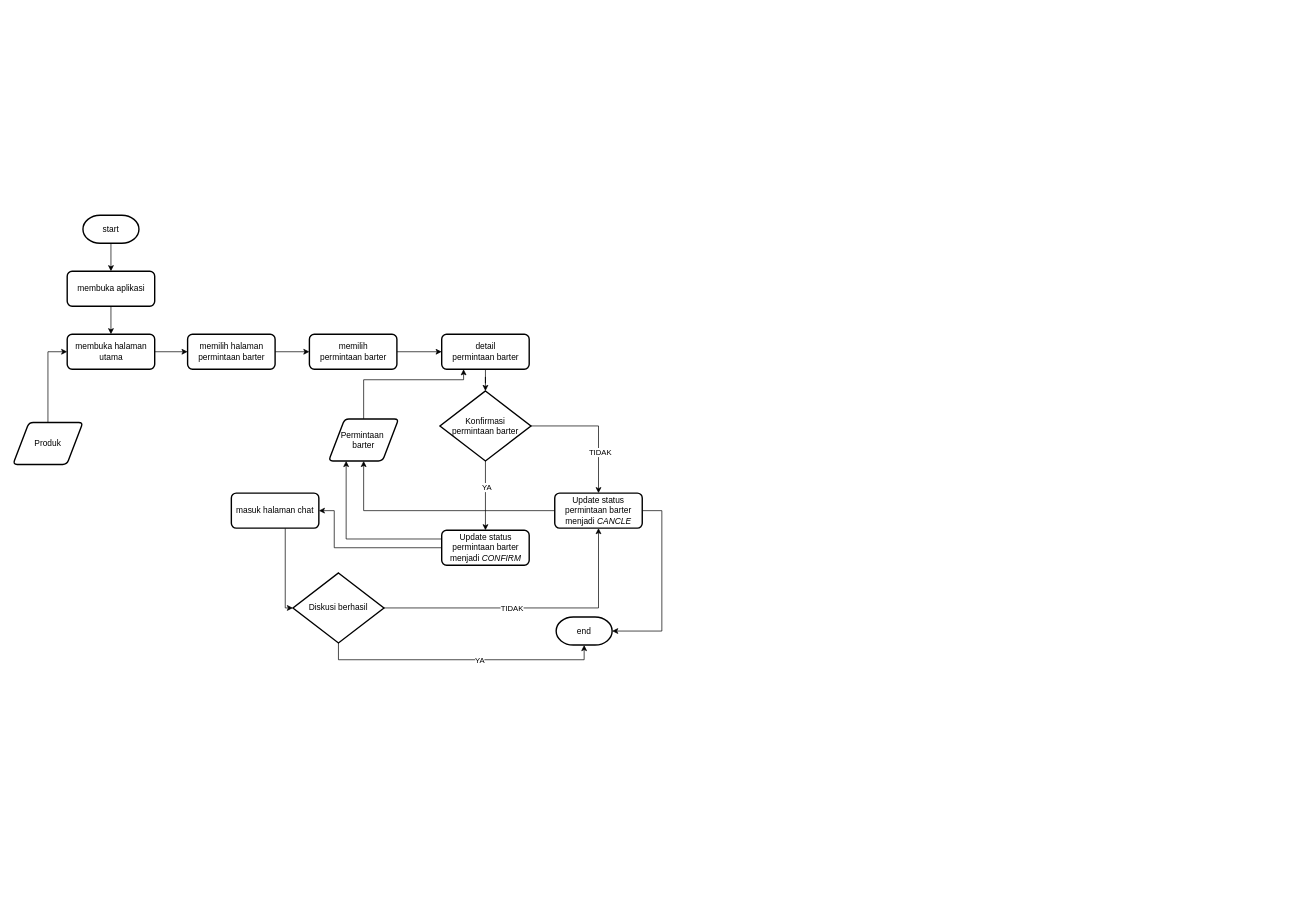
This is page "konfirmasi barter" (12 of 12) of Untitled Diagram.drawio from rukadabra/test, a draw.io file, before an edit. Source tidied: cells renumbered, new cells numbered last; positions are measured from the earlier drawing's top-left corner, leaving out a move shared by most shapes. Both pictures are drawn from the tidied source at 70%, with x=0, y=0 at pixel (13, 215).
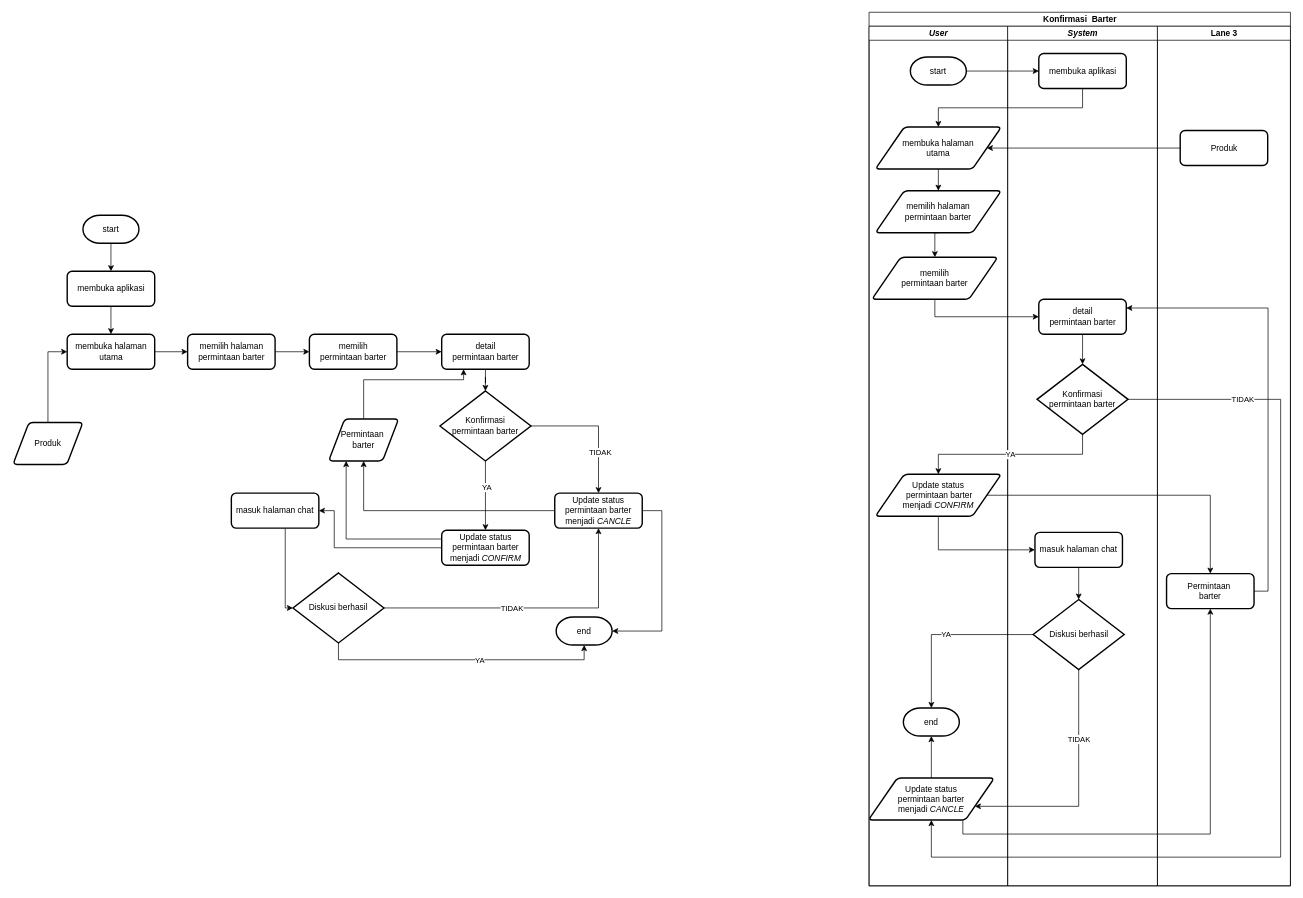
Above is the later version.

Change to the diagram source:
```diff
@@
+    <mxCell id="37" value="Konfirmasi&amp;nbsp; Barter" style="swimlane;startSize=20;html=1;" parent="1" vertex="1">
+      <mxGeometry x="1223" y="-290" width="602" height="1248" as="geometry" />
+    </mxCell>
+    <mxCell id="38" value="&lt;i&gt;User&lt;/i&gt;" style="swimlane;startSize=20;html=1;" parent="37" vertex="1">
+      <mxGeometry y="20" width="198" height="1228" as="geometry" />
+    </mxCell>
+    <mxCell id="39" value="start" style="strokeWidth=2;html=1;shape=mxgraph.flowchart.terminator;whiteSpace=wrap;" parent="38" vertex="1">
+      <mxGeometry x="59" y="44" width="80" height="40" as="geometry" />
+    </mxCell>
+    <mxCell id="40" style="edgeStyle=orthogonalEdgeStyle;rounded=0;jettySize=auto;html=1;exitX=0.5;exitY=1;exitDx=0;exitDy=0;entryX=0.5;entryY=0;entryDx=0;entryDy=0;" parent="38" edge="1" source="41" target="43">
+      <mxGeometry relative="1" as="geometry" />
+    </mxCell>
+    <mxCell id="41" value="membuka halaman &lt;br&gt;utama" style="shape=parallelogram;html=1;strokeWidth=2;perimeter=parallelogramPerimeter;whiteSpace=wrap;rounded=1;arcSize=12;size=0.23;" parent="38" vertex="1">
+      <mxGeometry x="9" y="144" width="180" height="60" as="geometry" />
+    </mxCell>
+    <mxCell id="42" style="edgeStyle=orthogonalEdgeStyle;rounded=0;jettySize=auto;html=1;exitX=0.5;exitY=1;exitDx=0;exitDy=0;entryX=0.5;entryY=0;entryDx=0;entryDy=0;" parent="38" edge="1" source="43" target="44">
+      <mxGeometry relative="1" as="geometry" />
+    </mxCell>
+    <mxCell id="43" value="memilih halaman &lt;br&gt;permintaan barter" style="shape=parallelogram;html=1;strokeWidth=2;perimeter=parallelogramPerimeter;whiteSpace=wrap;rounded=1;arcSize=12;size=0.23;" parent="38" vertex="1">
+      <mxGeometry x="9" y="235" width="180" height="60" as="geometry" />
+    </mxCell>
+    <mxCell id="44" value="memilih&lt;br&gt;permintaan barter" style="shape=parallelogram;html=1;strokeWidth=2;perimeter=parallelogramPerimeter;whiteSpace=wrap;rounded=1;arcSize=12;size=0.23;" parent="38" vertex="1">
+      <mxGeometry x="4" y="330" width="180" height="60" as="geometry" />
+    </mxCell>
+    <mxCell id="45" style="edgeStyle=orthogonalEdgeStyle;rounded=0;orthogonalLoop=1;jettySize=auto;html=1;exitX=0.5;exitY=1;exitDx=0;exitDy=0;" parent="38" edge="1" source="44" target="44">
+      <mxGeometry relative="1" as="geometry" />
+    </mxCell>
+    <mxCell id="46" value="Update status&lt;br&gt;&amp;nbsp;permintaan barter menjadi&amp;nbsp;&lt;i&gt;CONFIRM&lt;/i&gt;" style="shape=parallelogram;html=1;strokeWidth=2;perimeter=parallelogramPerimeter;whiteSpace=wrap;rounded=1;arcSize=12;size=0.23;" parent="38" vertex="1">
+      <mxGeometry x="9" y="640" width="180" height="60" as="geometry" />
+    </mxCell>
+    <mxCell id="47" value="end" style="strokeWidth=2;html=1;shape=mxgraph.flowchart.terminator;whiteSpace=wrap;" parent="38" vertex="1">
+      <mxGeometry x="49" y="974" width="80" height="40" as="geometry" />
+    </mxCell>
+    <mxCell id="48" style="edgeStyle=orthogonalEdgeStyle;rounded=0;jettySize=auto;html=1;exitX=0.5;exitY=0;exitDx=0;exitDy=0;entryX=0.5;entryY=1;entryDx=0;entryDy=0;entryPerimeter=0;" parent="38" edge="1" source="49" target="47">
+      <mxGeometry relative="1" as="geometry" />
+    </mxCell>
+    <mxCell id="49" value="Update status &lt;br&gt;permintaan barter menjadi&amp;nbsp;&lt;i&gt;CANCLE&lt;/i&gt;" style="shape=parallelogram;html=1;strokeWidth=2;perimeter=parallelogramPerimeter;whiteSpace=wrap;rounded=1;arcSize=12;size=0.23;" parent="38" vertex="1">
+      <mxGeometry x="-1" y="1074" width="180" height="60" as="geometry" />
+    </mxCell>
+    <mxCell id="50" value="&lt;b&gt;&lt;i&gt;System&lt;/i&gt;&lt;/b&gt;" style="swimlane;startSize=20;html=1;" parent="37" vertex="1">
+      <mxGeometry x="198" y="20" width="214" height="1228" as="geometry" />
+    </mxCell>
+    <mxCell id="51" value="membuka aplikasi" style="rounded=1;whiteSpace=wrap;html=1;absoluteArcSize=1;arcSize=14;strokeWidth=2;" parent="50" vertex="1">
+      <mxGeometry x="44.5" y="39" width="125" height="50" as="geometry" />
+    </mxCell>
+    <mxCell id="52" style="edgeStyle=orthogonalEdgeStyle;rounded=0;jettySize=auto;html=1;exitX=0.5;exitY=1;exitDx=0;exitDy=0;entryX=0.5;entryY=0;entryDx=0;entryDy=0;entryPerimeter=0;" parent="50" edge="1" source="53" target="54">
+      <mxGeometry relative="1" as="geometry" />
+    </mxCell>
+    <mxCell id="53" value="detail&lt;br&gt;permintaan barter" style="rounded=1;whiteSpace=wrap;html=1;absoluteArcSize=1;arcSize=14;strokeWidth=2;" parent="50" vertex="1">
+      <mxGeometry x="44.5" y="390" width="125" height="50" as="geometry" />
+    </mxCell>
+    <mxCell id="54" value="Konfirmasi&lt;br&gt;permintaan barter" style="strokeWidth=2;html=1;shape=mxgraph.flowchart.decision;whiteSpace=wrap;" parent="50" vertex="1">
+      <mxGeometry x="42" y="483" width="130" height="100" as="geometry" />
+    </mxCell>
+    <mxCell id="55" value="Diskusi berhasil" style="strokeWidth=2;html=1;shape=mxgraph.flowchart.decision;whiteSpace=wrap;" parent="50" vertex="1">
+      <mxGeometry x="36.5" y="819" width="130" height="100" as="geometry" />
+    </mxCell>
+    <mxCell id="56" style="edgeStyle=orthogonalEdgeStyle;rounded=0;jettySize=auto;html=1;exitX=0.5;exitY=1;exitDx=0;exitDy=0;entryX=0.5;entryY=0;entryDx=0;entryDy=0;entryPerimeter=0;" parent="50" edge="1" source="57" target="55">
+      <mxGeometry relative="1" as="geometry" />
+    </mxCell>
+    <mxCell id="57" value="masuk halaman chat" style="rounded=1;whiteSpace=wrap;html=1;absoluteArcSize=1;arcSize=14;strokeWidth=2;" parent="50" vertex="1">
+      <mxGeometry x="39" y="723" width="125" height="50" as="geometry" />
+    </mxCell>
+    <mxCell id="58" value="Lane 3" style="swimlane;startSize=20;html=1;" parent="37" vertex="1">
+      <mxGeometry x="412" y="20" width="190" height="1228" as="geometry" />
+    </mxCell>
+    <mxCell id="59" value="Produk" style="rounded=1;whiteSpace=wrap;html=1;absoluteArcSize=1;arcSize=14;strokeWidth=2;" parent="58" vertex="1">
+      <mxGeometry x="32.5" y="149" width="125" height="50" as="geometry" />
+    </mxCell>
+    <mxCell id="60" value="Permintaan&amp;nbsp;&lt;br&gt;barter" style="rounded=1;whiteSpace=wrap;html=1;absoluteArcSize=1;arcSize=14;strokeWidth=2;" parent="58" vertex="1">
+      <mxGeometry x="13" y="782" width="125" height="50" as="geometry" />
+    </mxCell>
+    <mxCell id="61" style="edgeStyle=orthogonalEdgeStyle;rounded=0;jettySize=auto;html=1;entryX=0;entryY=0.5;entryDx=0;entryDy=0;" parent="37" edge="1" source="39" target="51">
+      <mxGeometry relative="1" as="geometry" />
+    </mxCell>
+    <mxCell id="62" style="edgeStyle=orthogonalEdgeStyle;rounded=0;jettySize=auto;html=1;exitX=0.5;exitY=1;exitDx=0;exitDy=0;entryX=0;entryY=0.5;entryDx=0;entryDy=0;" parent="37" edge="1" source="44" target="53">
+      <mxGeometry relative="1" as="geometry" />
+    </mxCell>
+    <mxCell id="63" style="edgeStyle=orthogonalEdgeStyle;rounded=0;jettySize=auto;html=1;exitX=0.5;exitY=1;exitDx=0;exitDy=0;entryX=0.5;entryY=0;entryDx=0;entryDy=0;" parent="37" edge="1" source="51" target="41">
+      <mxGeometry relative="1" as="geometry" />
+    </mxCell>
+    <mxCell id="64" style="edgeStyle=orthogonalEdgeStyle;rounded=0;jettySize=auto;html=1;entryX=1;entryY=0.5;entryDx=0;entryDy=0;" parent="37" edge="1" source="59" target="41">
+      <mxGeometry relative="1" as="geometry" />
+    </mxCell>
+    <mxCell id="65" value="YA" style="edgeStyle=orthogonalEdgeStyle;rounded=0;jettySize=auto;html=1;exitX=0.5;exitY=1;exitDx=0;exitDy=0;exitPerimeter=0;entryX=0.5;entryY=0;entryDx=0;entryDy=0;" parent="37" edge="1" source="54" target="46">
+      <mxGeometry relative="1" as="geometry" />
+    </mxCell>
+    <mxCell id="66" style="edgeStyle=orthogonalEdgeStyle;rounded=0;jettySize=auto;html=1;exitX=0.5;exitY=1;exitDx=0;exitDy=0;entryX=0;entryY=0.5;entryDx=0;entryDy=0;" parent="37" edge="1" source="46" target="57">
+      <mxGeometry relative="1" as="geometry" />
+    </mxCell>
+    <mxCell id="67" value="YA" style="edgeStyle=orthogonalEdgeStyle;rounded=0;jettySize=auto;html=1;exitX=0;exitY=0.5;exitDx=0;exitDy=0;exitPerimeter=0;entryX=0.5;entryY=0;entryDx=0;entryDy=0;entryPerimeter=0;" parent="37" edge="1" source="55" target="47">
+      <mxGeometry relative="1" as="geometry" />
+    </mxCell>
+    <mxCell id="68" style="edgeStyle=orthogonalEdgeStyle;rounded=0;jettySize=auto;html=1;exitX=1;exitY=0.5;exitDx=0;exitDy=0;entryX=0.5;entryY=0;entryDx=0;entryDy=0;" parent="37" edge="1" source="46" target="60">
+      <mxGeometry relative="1" as="geometry" />
+    </mxCell>
+    <mxCell id="69" value="TIDAK" style="edgeStyle=orthogonalEdgeStyle;rounded=0;jettySize=auto;html=1;exitX=0.5;exitY=1;exitDx=0;exitDy=0;exitPerimeter=0;entryX=1;entryY=0.75;entryDx=0;entryDy=0;" parent="37" edge="1" source="55" target="49">
+      <mxGeometry x="-0.42" relative="1" as="geometry">
+        <Array as="points">
+          <mxPoint x="300" y="1134" />
+        </Array>
+      </mxGeometry>
+    </mxCell>
+    <mxCell id="70" value="TIDAK" style="edgeStyle=orthogonalEdgeStyle;rounded=0;jettySize=auto;html=1;exitX=1;exitY=0.5;exitDx=0;exitDy=0;exitPerimeter=0;entryX=0.5;entryY=1;entryDx=0;entryDy=0;" parent="37" edge="1" source="54" target="49">
+      <mxGeometry x="-0.77" relative="1" as="geometry">
+        <Array as="points">
+          <mxPoint x="588" y="553" />
+          <mxPoint x="588" y="1207" />
+          <mxPoint x="89" y="1207" />
+        </Array>
+      </mxGeometry>
+    </mxCell>
+    <mxCell id="71" style="edgeStyle=orthogonalEdgeStyle;rounded=0;jettySize=auto;html=1;exitX=0.75;exitY=1;exitDx=0;exitDy=0;entryX=0.5;entryY=1;entryDx=0;entryDy=0;" parent="37" edge="1" source="49" target="60">
+      <mxGeometry relative="1" as="geometry" />
+    </mxCell>
+    <mxCell id="72" style="edgeStyle=orthogonalEdgeStyle;rounded=0;jettySize=auto;html=1;exitX=1;exitY=0.5;exitDx=0;exitDy=0;entryX=1;entryY=0.25;entryDx=0;entryDy=0;" parent="37" edge="1" source="60" target="53">
+      <mxGeometry relative="1" as="geometry" />
+    </mxCell>
```
